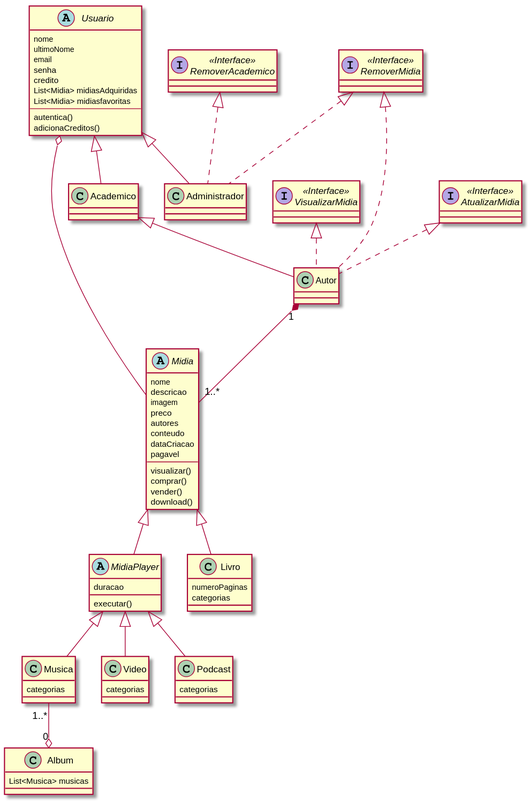
Before: class-diagram/class.svg, a diagram exported from PlantUML (arielazzi/desenvolvimento-de-software-I).
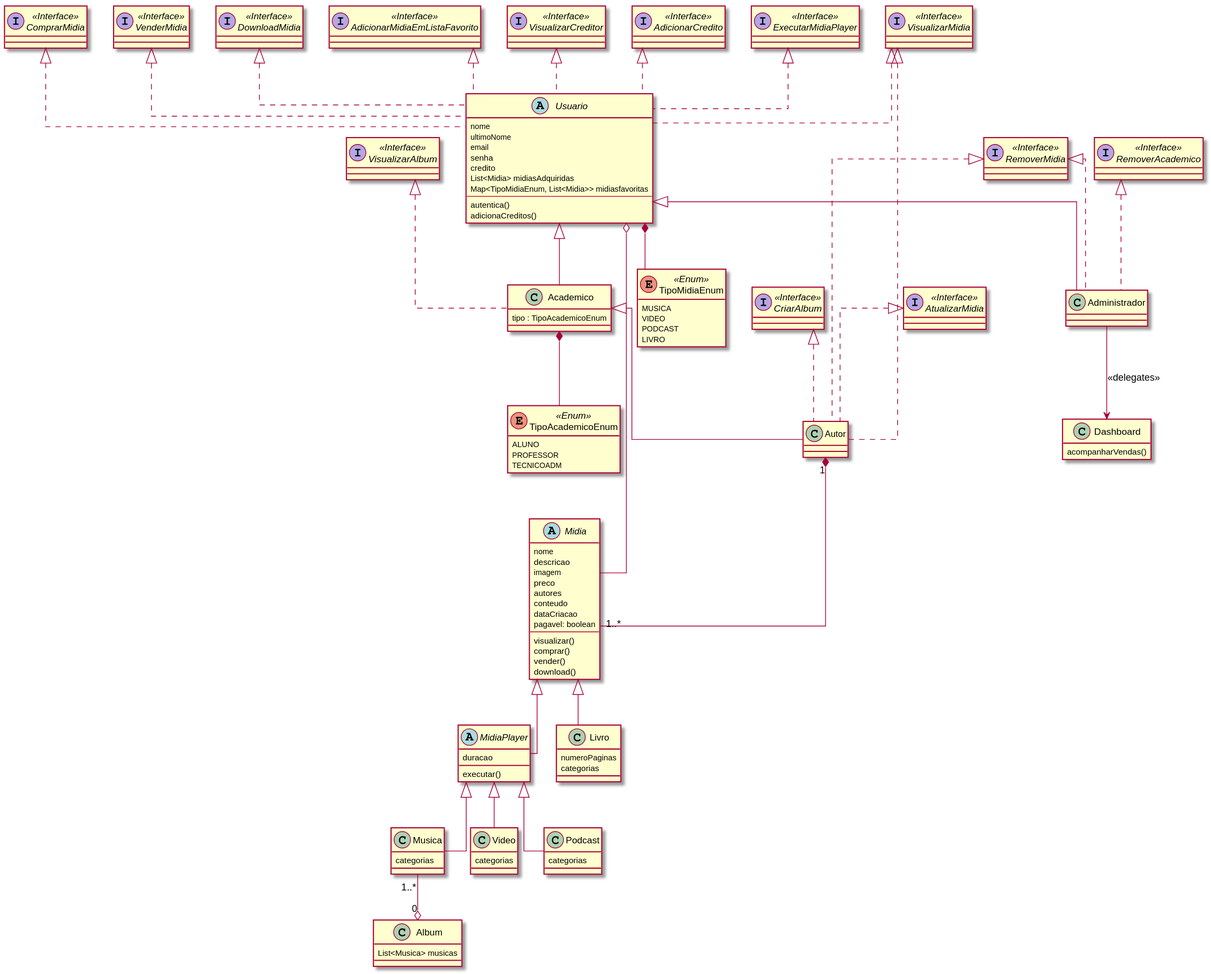
Later version of the same file.

Commit message:
update class diagram

Change to the diagram source:
```diff
@@ -1,5 +1,18 @@
 @startuml class
+skinparam linetype ortho
 
+enum TipoAcademicoEnum <<Enum>> {
+  ALUNO
+  PROFESSOR
+  TECNICOADM
+}
+
+enum TipoMidiaEnum <<Enum>> {
+  MUSICA
+  VIDEO
+  PODCAST
+  LIVRO
+}
 
 abstract class Usuario {
   nome
@@ -8,15 +21,18 @@
   senha
   credito
   List<Midia> midiasAdquiridas
-  List<Midia> midiasfavoritas
+  Map<TipoMidiaEnum, List<Midia>> midiasfavoritas
   ---
   autentica()
   adicionaCreditos()
 }
 
-class Academico {}
+class Academico {
+  tipo : TipoAcademicoEnum
+}
 
 class Administrador {}
+
 class Album {
   List<Musica> musicas
 }
@@ -29,7 +45,7 @@
   autores
   conteudo
   dataCriacao
-  pagavel
+  pagavel: boolean
   ---
   visualizar()
   comprar()
@@ -40,6 +56,10 @@
 abstract class MidiaPlayer {
   duracao
   executar()
+}
+
+class Dashboard {
+  acompanharVendas()
 }
 
 class Livro {
@@ -63,6 +83,9 @@
 
 Usuario o-- Midia
 
+Academico *-- TipoAcademicoEnum
+Usuario *-- TipoMidiaEnum
+
 Usuario <|-- Academico
 Academico <|-- Autor
 Usuario <|-- Administrador
@@ -79,12 +102,40 @@
 interface RemoverMidia <<Interface>>
 interface RemoverAcademico <<Interface>>
 interface AtualizarMidia <<Interface>>
+interface AdicionarCredito <<Interface>>
+interface CriarAlbum <<Interface>>
+interface VisualizarAlbum <<Interface>>
 
+VisualizarAlbum <|.. Academico
+CriarAlbum <|.. Autor
+AdicionarCredito <|.. Usuario
+VisualizarMidia <|.. Usuario
 VisualizarMidia <|.. Autor
 RemoverMidia <|.. Autor
 RemoverMidia <|.. Administrador
 RemoverAcademico <|.. Administrador
 AtualizarMidia <|.. Autor
 
+interface ExecutarMidiaPlayer <<Interface>>
+interface ComprarMidia <<Interface>>
+interface VenderMidia <<Interface>>
+interface DownloadMidia <<Interface>>
+interface AdicionarMidiaEmListaFavorito <<Interface>>
+interface VisualizarCreditor <<Interface>>
+interface VisualizarCreditor <<Interface>>
+
+VisualizarCreditor <|.. Usuario
+AdicionarMidiaEmListaFavorito <|.. Usuario
+ExecutarMidiaPlayer <|.. Usuario
+ComprarMidia <|.. Usuario
+VenderMidia <|.. Usuario
+DownloadMidia <|.. Usuario
+
+Administrador --> Dashboard : <<delegates>>
+
+hide Dashboard attributes
+hide TipoAcademicoEnum methods
+hide TipoMidiaEnum methods
+
 
 @enduml
```
